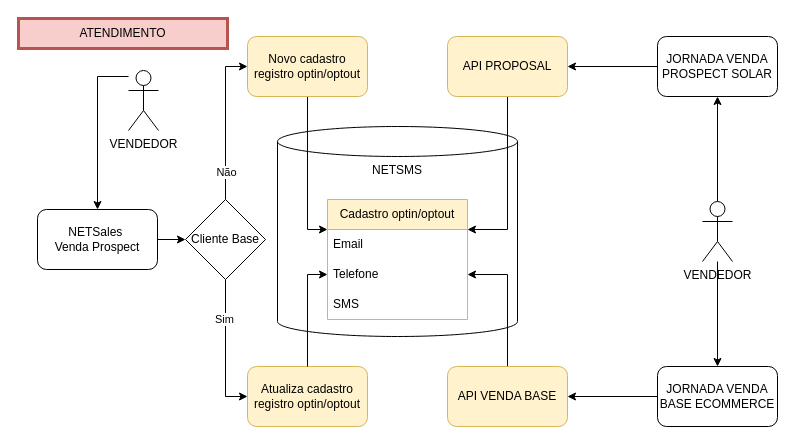
samirali/ClaroBrasil keeps this draw.io diagram as page "Atendimento" (2 of 2) of RGC765-Optin/Optout.drawio. Above is the earlier version. Source tidied: cells renumbered, new cells numbered last; positions are measured from the earlier drawing's top-left corner, leaving out a move shared by most shapes. Both pictures are drawn from the tidied source at 100%, with x=0, y=0 at pixel (18, 18).
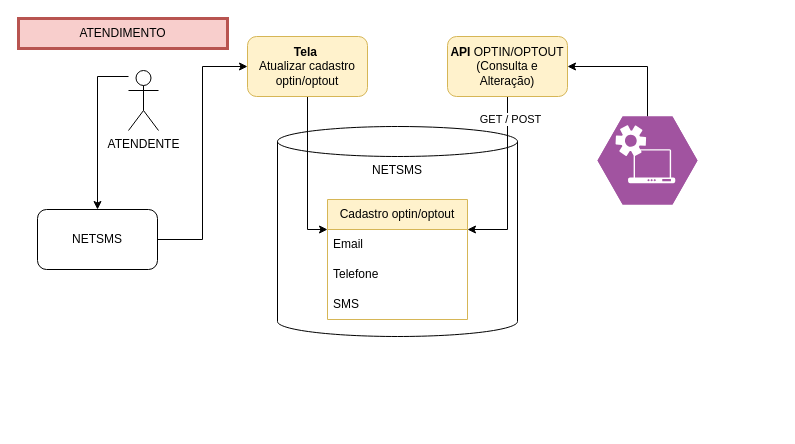
The same page after the edit.

Commit message:
Actualizar RGC765-Optin/Optout.drawio

Unchanged cells that the change refers to:
```xml
<mxCell id="11" value="Telefone" style="text;strokeColor=none;fillColor=none;align=left;verticalAlign=middle;spacingLeft=4;spacingRight=4;overflow=hidden;points=[[0,0.5],[1,0.5]];portConstraint=eastwest;whiteSpace=wrap;html=1;" parent="9" vertex="1">
  <mxGeometry y="60" width="140" height="30" as="geometry" />
</mxCell>
<mxCell id="20" style="edgeStyle=orthogonalEdgeStyle;rounded=0;jettySize=auto;html=1;entryX=1;entryY=0.25;entryDx=0;entryDy=0;" parent="1" edge="1" source="21" target="9">
  <mxGeometry relative="1" as="geometry" />
</mxCell>
```

What changed in the source:
```diff
@@
-    <mxCell id="4" value="VENDEDOR" style="shape=umlActor;verticalLabelPosition=bottom;verticalAlign=top;html=1;outlineConnect=0;" parent="1" vertex="1">
+    <mxCell id="4" value="ATENDENTE" style="shape=umlActor;verticalLabelPosition=bottom;verticalAlign=top;html=1;outlineConnect=0;" parent="1" vertex="1">
       <mxGeometry x="110" y="52" width="30" height="60" as="geometry" />
     </mxCell>
-    <mxCell id="5" style="edgeStyle=orthogonalEdgeStyle;rounded=0;jettySize=auto;html=1;entryX=0;entryY=0.5;entryDx=0;entryDy=0;" parent="1" edge="1" source="6" target="17">
-      <mxGeometry relative="1" as="geometry" />
-    </mxCell>
+    <mxCell id="32" style="edgeStyle=orthogonalEdgeStyle;rounded=0;jettySize=auto;html=1;entryX=0;entryY=0.5;entryDx=0;entryDy=0;" parent="1" edge="1" source="6" target="8">
+      <mxGeometry relative="1" as="geometry" />
+    </mxCell>
-    <mxCell id="6" value="NETSales&amp;nbsp;&lt;div&gt;Venda Prospect&lt;/div&gt;" style="rounded=1;whiteSpace=wrap;html=1;" parent="1" vertex="1">
+    <mxCell id="6" value="NETSMS" style="rounded=1;whiteSpace=wrap;html=1;" parent="1" vertex="1">
       <mxGeometry x="19" y="191" width="120" height="60" as="geometry" />
     </mxCell>
@@
-    <mxCell id="8" value="Novo cadastro registro optin/optout" style="rounded=1;whiteSpace=wrap;html=1;fillColor=#fff2cc;strokeColor=#d6b656;" parent="1" vertex="1">
+    <mxCell id="8" value="&lt;b&gt;Tela&amp;nbsp;&lt;/b&gt;&lt;div&gt;Atualizar cadastro optin/optout&lt;/div&gt;" style="rounded=1;whiteSpace=wrap;html=1;fillColor=#fff2cc;strokeColor=#d6b656;" parent="1" vertex="1">
       <mxGeometry x="229" y="18" width="120" height="60" as="geometry" />
     </mxCell>
@@
-    <mxCell id="13" style="edgeStyle=orthogonalEdgeStyle;rounded=0;jettySize=auto;html=1;entryX=0;entryY=0.5;entryDx=0;entryDy=0;exitX=0.5;exitY=0;exitDx=0;exitDy=0;" parent="1" edge="1" source="17" target="8">
-      <mxGeometry relative="1" as="geometry" />
-    </mxCell>
-    <mxCell id="14" value="Não" style="edgeLabel;html=1;align=center;verticalAlign=middle;" parent="13" vertex="1">
-      <mxGeometry x="-0.64" relative="1" as="geometry" />
-    </mxCell>
-    <mxCell id="15" style="edgeStyle=orthogonalEdgeStyle;rounded=0;jettySize=auto;html=1;entryX=0;entryY=0.5;entryDx=0;entryDy=0;exitX=0.5;exitY=1;exitDx=0;exitDy=0;" parent="1" edge="1" source="17" target="18">
-      <mxGeometry relative="1" as="geometry" />
-    </mxCell>
-    <mxCell id="16" value="Sim" style="edgeLabel;html=1;align=center;verticalAlign=middle;" parent="15" vertex="1">
-      <mxGeometry x="-0.44" y="-2" relative="1" as="geometry" />
-    </mxCell>
-    <mxCell id="17" value="Cliente Base" style="rhombus;whiteSpace=wrap;html=1;" parent="1" vertex="1">
-      <mxGeometry x="167" y="181" width="80" height="80" as="geometry" />
-    </mxCell>
-    <mxCell id="18" value="Atualiza cadastro registro optin/optout" style="rounded=1;whiteSpace=wrap;html=1;fillColor=#fff2cc;strokeColor=#d6b656;" parent="1" vertex="1">
-      <mxGeometry x="229" y="348" width="120" height="60" as="geometry" />
-    </mxCell>
-    <mxCell id="19" style="edgeStyle=orthogonalEdgeStyle;rounded=0;jettySize=auto;html=1;entryX=0;entryY=0.5;entryDx=0;entryDy=0;" parent="1" edge="1" source="18" target="11">
-      <mxGeometry relative="1" as="geometry" />
-    </mxCell>
@@
+    <mxCell id="33" value="GET / POST" style="edgeLabel;html=1;align=center;verticalAlign=middle;" parent="20" vertex="1">
+      <mxGeometry x="-0.75" y="2" relative="1" as="geometry" />
+    </mxCell>
-    <mxCell id="21" value="API PROPOSAL" style="rounded=1;whiteSpace=wrap;html=1;fillColor=#fff2cc;strokeColor=#d6b656;" parent="1" vertex="1">
+    <mxCell id="21" value="&lt;b&gt;API &lt;/b&gt;OPTIN/OPTOUT (Consulta e Alteração)" style="rounded=1;whiteSpace=wrap;html=1;fillColor=#fff2cc;strokeColor=#d6b656;" parent="1" vertex="1">
       <mxGeometry x="429" y="18" width="120" height="60" as="geometry" />
     </mxCell>
-    <mxCell id="22" style="edgeStyle=orthogonalEdgeStyle;rounded=0;jettySize=auto;html=1;entryX=1;entryY=0.5;entryDx=0;entryDy=0;" parent="1" edge="1" source="23" target="11">
-      <mxGeometry relative="1" as="geometry" />
-    </mxCell>
-    <mxCell id="23" value="API VENDA BASE" style="rounded=1;whiteSpace=wrap;html=1;fillColor=#fff2cc;strokeColor=#d6b656;" parent="1" vertex="1">
-      <mxGeometry x="429" y="348" width="120" height="60" as="geometry" />
-    </mxCell>
-    <mxCell id="24" style="edgeStyle=orthogonalEdgeStyle;rounded=0;jettySize=auto;html=1;entryX=1;entryY=0.5;entryDx=0;entryDy=0;" parent="1" edge="1" source="25" target="21">
-      <mxGeometry relative="1" as="geometry" />
-    </mxCell>
-    <mxCell id="25" value="JORNADA VENDA PROSPECT SOLAR" style="rounded=1;whiteSpace=wrap;html=1;" parent="1" vertex="1">
-      <mxGeometry x="639" y="18" width="120" height="60" as="geometry" />
-    </mxCell>
-    <mxCell id="26" style="edgeStyle=orthogonalEdgeStyle;rounded=0;jettySize=auto;html=1;entryX=1;entryY=0.5;entryDx=0;entryDy=0;" parent="1" edge="1" source="27" target="23">
-      <mxGeometry relative="1" as="geometry" />
-    </mxCell>
-    <mxCell id="27" value="JORNADA VENDA BASE ECOMMERCE" style="rounded=1;whiteSpace=wrap;html=1;" parent="1" vertex="1">
-      <mxGeometry x="639" y="348" width="120" height="60" as="geometry" />
-    </mxCell>
-    <mxCell id="28" style="edgeStyle=orthogonalEdgeStyle;rounded=0;jettySize=auto;html=1;entryX=0.5;entryY=1;entryDx=0;entryDy=0;" parent="1" edge="1" source="30" target="25">
-      <mxGeometry relative="1" as="geometry" />
-    </mxCell>
-    <mxCell id="29" style="edgeStyle=orthogonalEdgeStyle;rounded=0;jettySize=auto;html=1;" parent="1" edge="1" source="30" target="27">
-      <mxGeometry relative="1" as="geometry" />
-    </mxCell>
-    <mxCell id="30" value="VENDEDOR" style="shape=umlActor;verticalLabelPosition=bottom;verticalAlign=top;html=1;outlineConnect=0;" parent="1" vertex="1">
-      <mxGeometry x="684" y="183" width="30" height="60" as="geometry" />
-    </mxCell>
@@
+    <mxCell id="34" style="edgeStyle=orthogonalEdgeStyle;rounded=0;jettySize=auto;html=1;entryX=1;entryY=0.5;entryDx=0;entryDy=0;exitX=0.5;exitY=0;exitDx=0;exitDy=0;exitPerimeter=0;" parent="1" edge="1" source="35" target="21">
+      <mxGeometry relative="1" as="geometry" />
+    </mxCell>
+    <mxCell id="35" style="verticalLabelPosition=bottom;sketch=0;html=1;fillColor=#A153A0;strokeColor=#ffffff;verticalAlign=top;align=center;points=[[0,0.5,0],[0.125,0.25,0],[0.25,0,0],[0.5,0,0],[0.75,0,0],[0.875,0.25,0],[1,0.5,0],[0.875,0.75,0],[0.75,1,0],[0.5,1,0],[0.125,0.75,0]];shape=mxgraph.cisco_safe.compositeIcon;bgIcon=mxgraph.cisco_safe.design.blank_device;resIcon=mxgraph.cisco_safe.design.automated_system;" parent="1" vertex="1">
+      <mxGeometry x="579" y="98" width="100" height="88" as="geometry" />
+    </mxCell>
```
